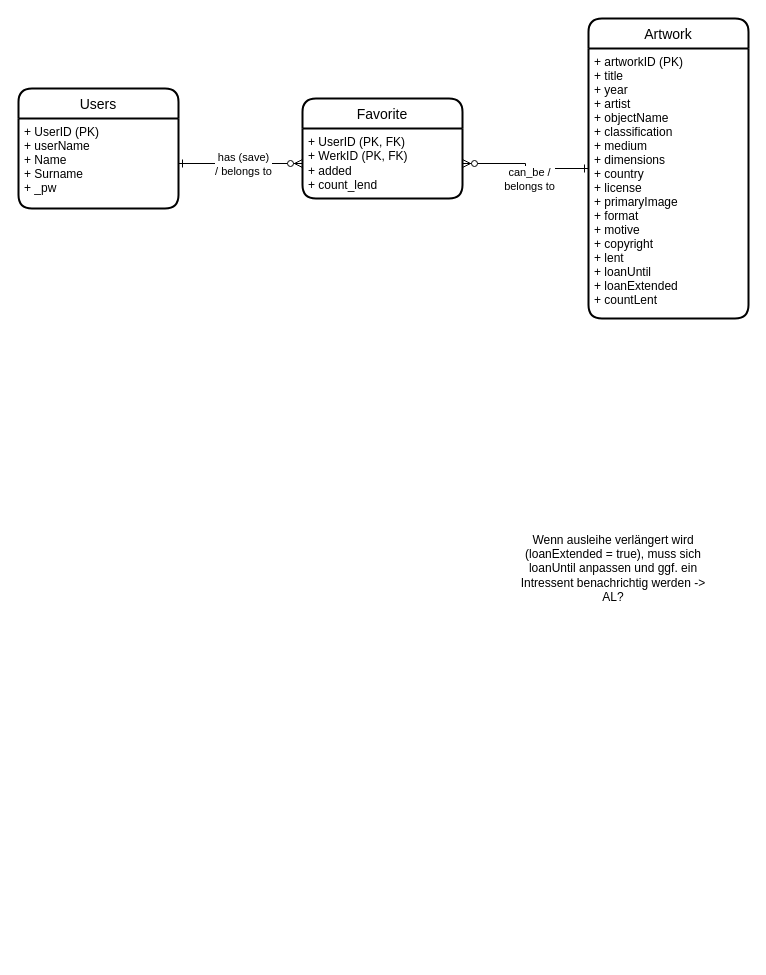
The draw.io diagram page "ERM" (5 of 5) of Artefakte/Untitled Diagram.drawio in JJJS777/EPWS2122KwintSchiller, before the edit. Source tidied: cells renumbered, new cells numbered last; positions are measured from the earlier drawing's top-left corner, leaving out a move shared by most shapes. Both pictures are drawn from the tidied source at 100%, with x=0, y=0 at pixel (18, 18).
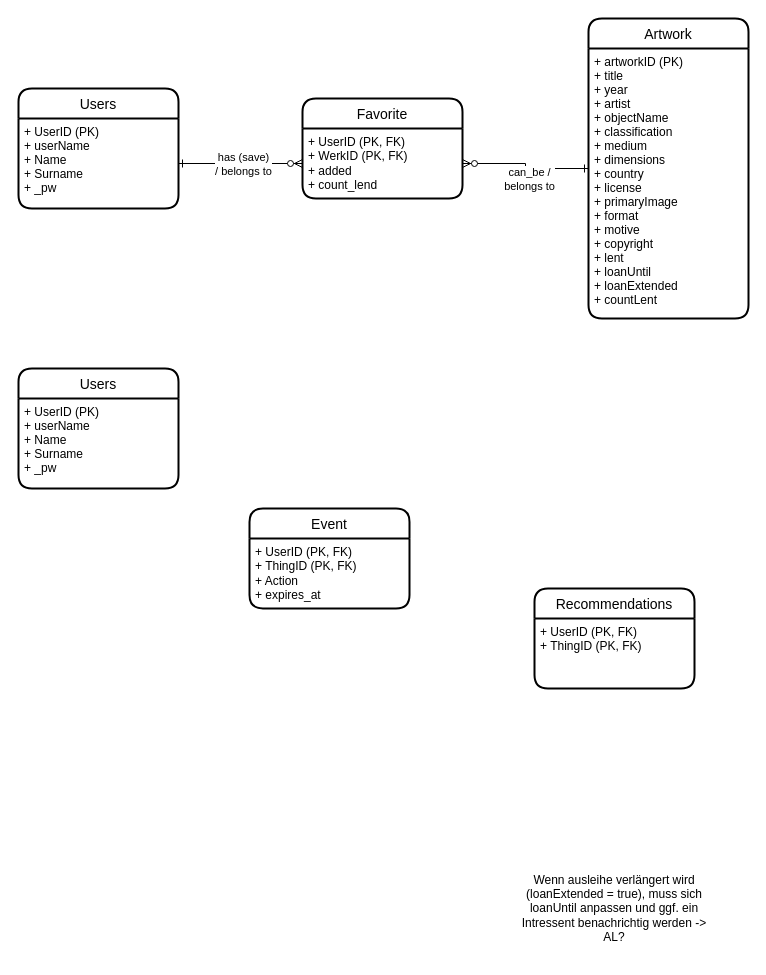
Above is the later version.

Diff of the diagram source:
```diff
@@
 <mxGraphModel>
   <root>
     <mxCell id="0" />
     <mxCell id="1" parent="0" />
     <mxCell id="2" value="Users" style="swimlane;horizontal=1;startSize=30;rounded=1;fontSize=14;fontStyle=0;strokeWidth=2;shadow=0;dashed=0;align=center;" parent="1" vertex="1">
       <mxGeometry y="70" width="160" height="120" as="geometry" />
     </mxCell>
     <mxCell id="3" value="+ UserID (PK)&#10;+ userName&#10;+ Name&#10;+ Surname&#10;+ _pw&#10;" style="align=left;strokeColor=none;fillColor=none;spacingLeft=4;fontSize=12;verticalAlign=top;" parent="2" vertex="1">
       <mxGeometry y="30" width="160" height="90" as="geometry" />
     </mxCell>
     <mxCell id="4" style="edgeStyle=orthogonalEdgeStyle;rounded=0;jettySize=auto;html=1;startArrow=ERone;startFill=0;endArrow=ERzeroToMany;endFill=1;" parent="1" edge="1" source="6" target="9">
       <mxGeometry relative="1" as="geometry" />
     </mxCell>
     <mxCell id="5" value="&lt;div&gt;can_be /&lt;br&gt;&lt;/div&gt;&lt;div&gt;belongs to&lt;/div&gt;" style="edgeLabel;html=1;align=center;verticalAlign=middle;" parent="4" vertex="1">
       <mxGeometry x="-0.43" relative="1" as="geometry">
         <mxPoint x="-23" y="10" as="offset" />
       </mxGeometry>
     </mxCell>
     <mxCell id="6" value="Artwork" style="swimlane;horizontal=1;startSize=30;rounded=1;fontSize=14;fontStyle=0;strokeWidth=2;shadow=0;dashed=0;align=center;" parent="1" vertex="1">
       <mxGeometry x="570" width="160" height="300" as="geometry" />
     </mxCell>
     <mxCell id="7" value="+ artworkID (PK)&#10;+ title&#10;+ year&#10;+ artist&#10;+ objectName&#10;+ classification&#10;+ medium&#10;+ dimensions&#10;+ country&#10;+ license&#10;+ primaryImage&#10;+ format&#10;+ motive&#10;+ copyright&#10;+ lent&#10;+ loanUntil&#10;+ loanExtended&#10;+ countLent&#10;" style="align=left;strokeColor=none;fillColor=none;spacingLeft=4;fontSize=12;verticalAlign=top;" parent="6" vertex="1">
       <mxGeometry y="30" width="160" height="270" as="geometry" />
     </mxCell>
     <mxCell id="8" value="Favorite" style="swimlane;horizontal=1;startSize=30;rounded=1;fontSize=14;fontStyle=0;strokeWidth=2;shadow=0;dashed=0;align=center;" parent="1" vertex="1">
       <mxGeometry x="284" y="80" width="160" height="100" as="geometry" />
     </mxCell>
     <mxCell id="9" value="+ UserID (PK, FK)&lt;br&gt;&lt;div&gt;+ WerkID (PK, FK)&lt;/div&gt;&lt;div&gt;+ added&lt;/div&gt;&lt;div&gt;+ count_lend&lt;br&gt;&lt;/div&gt;" style="align=left;strokeColor=none;fillColor=none;spacingLeft=4;fontSize=12;verticalAlign=top;html=1;" parent="8" vertex="1">
       <mxGeometry y="30" width="160" height="70" as="geometry" />
     </mxCell>
     <mxCell id="10" style="edgeStyle=orthogonalEdgeStyle;rounded=0;jettySize=auto;html=1;endArrow=ERzeroToMany;endFill=1;startArrow=ERone;startFill=0;" parent="1" edge="1" source="3" target="9">
       <mxGeometry relative="1" as="geometry" />
     </mxCell>
     <mxCell id="11" value="has (save)&lt;br&gt;/ belongs to" style="edgeLabel;html=1;align=center;verticalAlign=middle;" parent="10" vertex="1">
       <mxGeometry x="0.04" relative="1" as="geometry" />
     </mxCell>
     <mxCell id="12" value="Wenn ausleihe verlängert wird (loanExtended = true), muss sich loanUntil anpassen und ggf. ein Intressent benachrichtig werden -&amp;gt; AL?" style="text;html=1;strokeColor=none;fillColor=none;align=center;verticalAlign=middle;whiteSpace=wrap;rounded=0;" parent="1" vertex="1">
-      <mxGeometry x="490" y="500" width="210" height="100" as="geometry" />
+      <mxGeometry x="491" y="840" width="210" height="100" as="geometry" />
     </mxCell>
+    <mxCell id="13" value="Event" style="swimlane;horizontal=1;startSize=30;rounded=1;fontSize=14;fontStyle=0;strokeWidth=2;shadow=0;dashed=0;align=center;" parent="1" vertex="1">
+      <mxGeometry x="231" y="490" width="160" height="100" as="geometry" />
+    </mxCell>
+    <mxCell id="14" value="+ UserID (PK, FK)&lt;br&gt;&lt;div&gt;+ ThingID (PK, FK)&lt;/div&gt;&lt;div&gt;+ Action&lt;/div&gt;&lt;div&gt;+ expires_at&lt;br&gt;&lt;/div&gt;" style="align=left;strokeColor=none;fillColor=none;spacingLeft=4;fontSize=12;verticalAlign=top;html=1;" parent="13" vertex="1">
+      <mxGeometry y="30" width="160" height="70" as="geometry" />
+    </mxCell>
+    <mxCell id="15" value="Recommendations" style="swimlane;horizontal=1;startSize=30;rounded=1;fontSize=14;fontStyle=0;strokeWidth=2;shadow=0;dashed=0;align=center;" parent="1" vertex="1">
+      <mxGeometry x="516" y="570" width="160" height="100" as="geometry" />
+    </mxCell>
+    <mxCell id="16" value="+ UserID (PK, FK)&lt;br&gt;&lt;div&gt;+ ThingID (PK, FK)&lt;/div&gt;" style="align=left;strokeColor=none;fillColor=none;spacingLeft=4;fontSize=12;verticalAlign=top;html=1;" parent="15" vertex="1">
+      <mxGeometry y="30" width="160" height="70" as="geometry" />
+    </mxCell>
+    <mxCell id="17" value="Users" style="swimlane;horizontal=1;startSize=30;rounded=1;fontSize=14;fontStyle=0;strokeWidth=2;shadow=0;dashed=0;align=center;" parent="1" vertex="1">
+      <mxGeometry y="350" width="160" height="120" as="geometry" />
+    </mxCell>
+    <mxCell id="18" value="+ UserID (PK)&#10;+ userName&#10;+ Name&#10;+ Surname&#10;+ _pw&#10;" style="align=left;strokeColor=none;fillColor=none;spacingLeft=4;fontSize=12;verticalAlign=top;" parent="17" vertex="1">
+      <mxGeometry y="30" width="160" height="90" as="geometry" />
+    </mxCell>
   </root>
 </mxGraphModel>
```
